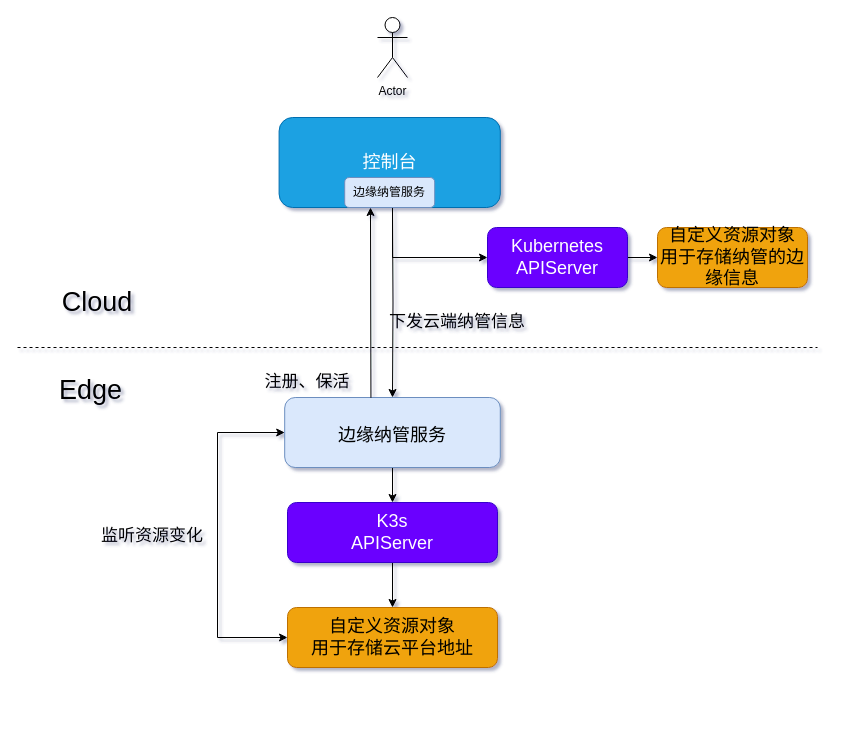
Before: 边缘纳管.drawio in TonyZZhang/draw, a draw.io diagram. Source tidied: cells renumbered, new cells numbered last; positions are measured from the earlier drawing's top-left corner, leaving out a move shared by most shapes. Both pictures are drawn from the tidied source at 100%, with x=0, y=0 at pixel (17, 17).
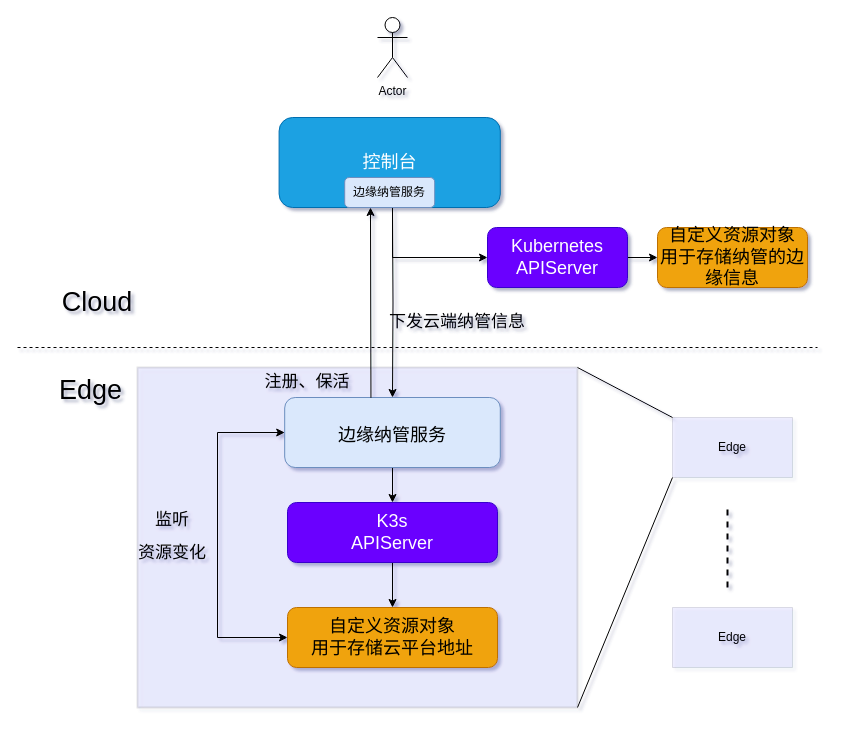
After the change.

Commit message:
更新边缘纳管.drawio

The edit, as a diff of the source:
```diff
@@
+    <mxCell id="23" style="rounded=0;whiteSpace=wrap;html=1;sketch=0;opacity=10;fillColor=#6666FF;strokeWidth=2;" parent="1" vertex="1">
+      <mxGeometry x="120" y="350" width="440" height="340" as="geometry" />
+    </mxCell>
@@
-    <mxCell id="18" value="&lt;font style=&quot;font-size: 17px;&quot;&gt;监听资源变化&lt;/font&gt;" style="text;html=1;strokeColor=none;fillColor=none;align=center;verticalAlign=middle;whiteSpace=wrap;rounded=0;fontSize=27;" parent="1" vertex="1">
-      <mxGeometry x="80" y="500" width="110" height="30" as="geometry" />
+    <mxCell id="18" value="&lt;font style=&quot;font-size: 17px;&quot;&gt;监听&lt;br&gt;资源变化&lt;/font&gt;" style="text;html=1;strokeColor=none;fillColor=none;align=center;verticalAlign=middle;whiteSpace=wrap;rounded=0;fontSize=27;" parent="1" vertex="1">
+      <mxGeometry x="120" y="500" width="70" height="30" as="geometry" />
     </mxCell>
@@
+    <mxCell id="24" value="Edge" style="rounded=0;whiteSpace=wrap;html=1;sketch=0;fillColor=#6666FF;opacity=10;" parent="1" vertex="1">
+      <mxGeometry x="655" y="400" width="120" height="60" as="geometry" />
+    </mxCell>
+    <mxCell id="25" style="endArrow=none;html=1;rounded=0;exitX=1;exitY=1;exitDx=0;exitDy=0;entryX=0;entryY=1;entryDx=0;entryDy=0;" parent="1" edge="1" source="23" target="24">
+      <mxGeometry relative="1" as="geometry" />
+    </mxCell>
+    <mxCell id="26" style="endArrow=none;html=1;rounded=0;entryX=1;entryY=0;entryDx=0;entryDy=0;exitX=0;exitY=0;exitDx=0;exitDy=0;" parent="1" edge="1" source="24" target="23">
+      <mxGeometry relative="1" as="geometry" />
+    </mxCell>
+    <mxCell id="27" value="Edge" style="rounded=0;whiteSpace=wrap;html=1;sketch=0;fillColor=#6666FF;opacity=10;" parent="1" vertex="1">
+      <mxGeometry x="655" y="590" width="120" height="60" as="geometry" />
+    </mxCell>
+    <mxCell id="28" style="endArrow=none;dashed=1;html=1;rounded=0;strokeWidth=2;" parent="1" edge="1">
+      <mxGeometry relative="1" as="geometry">
+        <mxPoint x="710" y="570" as="sourcePoint" />
+        <mxPoint x="710" y="490" as="targetPoint" />
+      </mxGeometry>
+    </mxCell>
```
